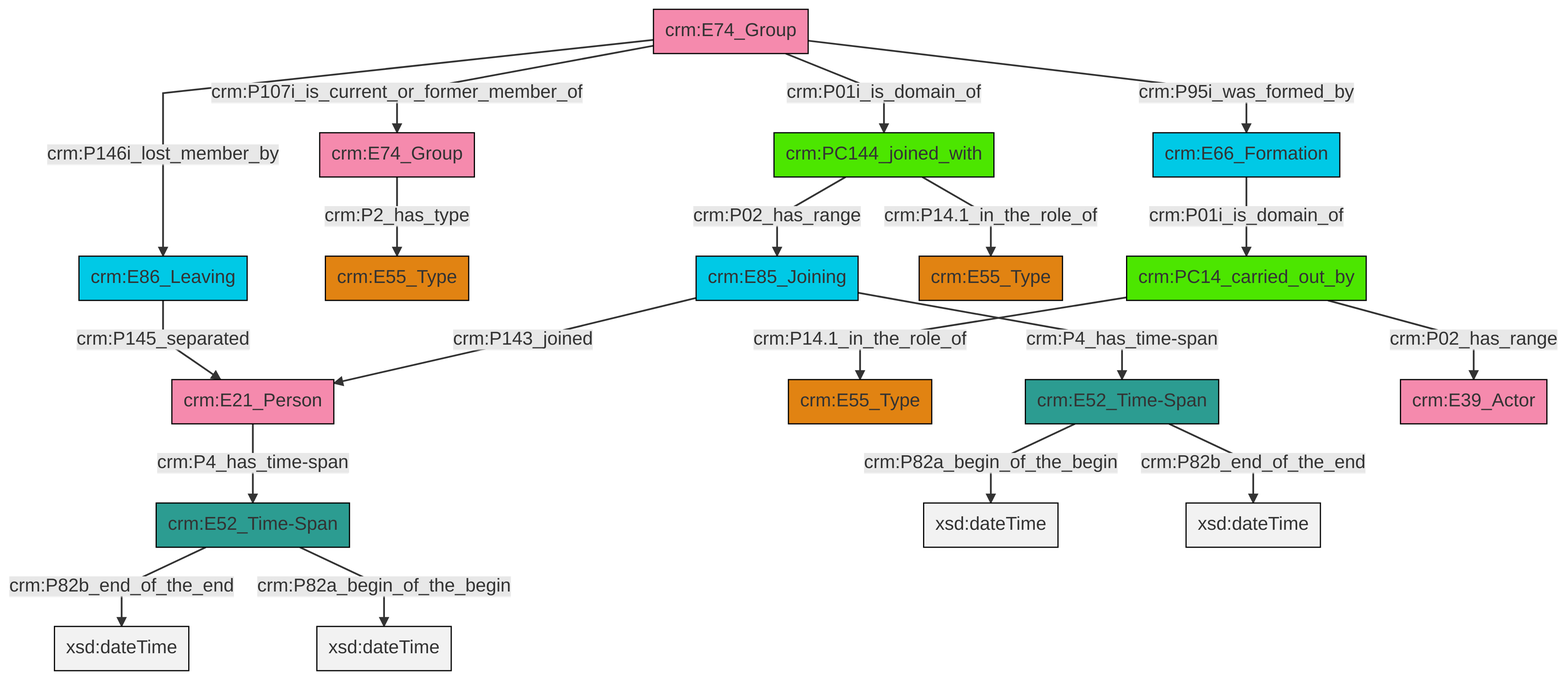
Before: et/groupCSV/ttl/mmd/png/group_actor_relations.png, a diagram exported from Mermaid (swiss-art-research-net/reference-data-models). Its source is kept beside it as et/groupCSV/ttl/mmd/group_actor_relations.ttl.mmd.
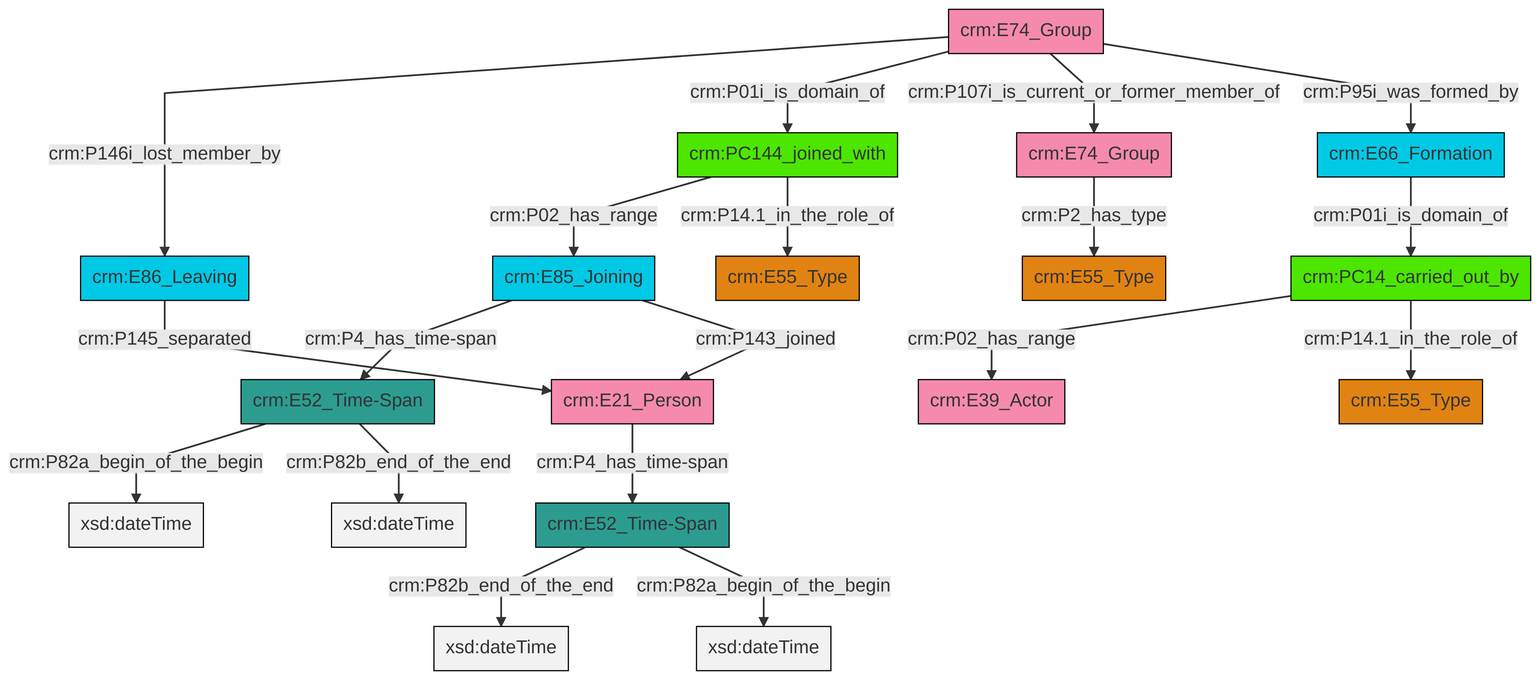
After the commit.

Change to the diagram source:
```diff
@@ -13,21 +13,21 @@
 classDef PC_Classes fill:#4ce600, stroke:#000000;
 classDef Multi fill:#cccccc,stroke:#000000;
 
-2["crm:E74_Group"]:::Actor -->|crm:P01i_is_domain_of| 3["crm:PC144_joined_with"]:::PC_Classes
-2["crm:E74_Group"]:::Actor -->|crm:P107i_is_current_or_former_member_of| 4["crm:E74_Group"]:::Actor
-5["crm:E86_Leaving"]:::Temporal_Entity -->|crm:P145_separated| 0["crm:E21_Person"]:::Actor
-0["crm:E21_Person"]:::Actor -->|crm:P4_has_time-span| 8["crm:E52_Time-Span"]:::Time-Span
-9["crm:PC14_carried_out_by"]:::PC_Classes -->|crm:P14.1_in_the_role_of| 10["crm:E55_Type"]:::Type
-13["crm:E66_Formation"]:::Temporal_Entity -->|crm:P01i_is_domain_of| 9["crm:PC14_carried_out_by"]:::PC_Classes
-14["crm:E52_Time-Span"]:::Time-Span -->|crm:P82a_begin_of_the_begin| 15[xsd:dateTime]:::Literal
-8["crm:E52_Time-Span"]:::Time-Span -->|crm:P82b_end_of_the_end| 19[xsd:dateTime]:::Literal
-16["crm:E85_Joining"]:::Temporal_Entity -->|crm:P4_has_time-span| 14["crm:E52_Time-Span"]:::Time-Span
-16["crm:E85_Joining"]:::Temporal_Entity -->|crm:P143_joined| 0["crm:E21_Person"]:::Actor
-4["crm:E74_Group"]:::Actor -->|crm:P2_has_type| 6["crm:E55_Type"]:::Type
-2["crm:E74_Group"]:::Actor -->|crm:P95i_was_formed_by| 13["crm:E66_Formation"]:::Temporal_Entity
-2["crm:E74_Group"]:::Actor -->|crm:P146i_lost_member_by| 5["crm:E86_Leaving"]:::Temporal_Entity
-9["crm:PC14_carried_out_by"]:::PC_Classes -->|crm:P02_has_range| 21["crm:E39_Actor"]:::Actor
-8["crm:E52_Time-Span"]:::Time-Span -->|crm:P82a_begin_of_the_begin| 29[xsd:dateTime]:::Literal
-14["crm:E52_Time-Span"]:::Time-Span -->|crm:P82b_end_of_the_end| 32[xsd:dateTime]:::Literal
-3["crm:PC144_joined_with"]:::PC_Classes -->|crm:P02_has_range| 16["crm:E85_Joining"]:::Temporal_Entity
-3["crm:PC144_joined_with"]:::PC_Classes -->|crm:P14.1_in_the_role_of| 11["crm:E55_Type"]:::Type
+6["crm:E74_Group"]:::Actor -->|crm:P146i_lost_member_by| 7["crm:E86_Leaving"]:::Temporal_Entity
+8["crm:E52_Time-Span"]:::Time-Span -->|crm:P82b_end_of_the_end| 9[xsd:dateTime]:::Literal
+12["crm:E74_Group"]:::Actor -->|crm:P2_has_type| 13["crm:E55_Type"]:::Type
+6["crm:E74_Group"]:::Actor -->|crm:P01i_is_domain_of| 14["crm:PC144_joined_with"]:::PC_Classes
+2["crm:E52_Time-Span"]:::Time-Span -->|crm:P82a_begin_of_the_begin| 21[xsd:dateTime]:::Literal
+10["crm:E85_Joining"]:::Temporal_Entity -->|crm:P4_has_time-span| 2["crm:E52_Time-Span"]:::Time-Span
+10["crm:E85_Joining"]:::Temporal_Entity -->|crm:P143_joined| 24["crm:E21_Person"]:::Actor
+8["crm:E52_Time-Span"]:::Time-Span -->|crm:P82a_begin_of_the_begin| 26[xsd:dateTime]:::Literal
+6["crm:E74_Group"]:::Actor -->|crm:P107i_is_current_or_former_member_of| 12["crm:E74_Group"]:::Actor
+7["crm:E86_Leaving"]:::Temporal_Entity -->|crm:P145_separated| 24["crm:E21_Person"]:::Actor
+29["crm:PC14_carried_out_by"]:::PC_Classes -->|crm:P02_has_range| 16["crm:E39_Actor"]:::Actor
+24["crm:E21_Person"]:::Actor -->|crm:P4_has_time-span| 8["crm:E52_Time-Span"]:::Time-Span
+14["crm:PC144_joined_with"]:::PC_Classes -->|crm:P02_has_range| 10["crm:E85_Joining"]:::Temporal_Entity
+0["crm:E66_Formation"]:::Temporal_Entity -->|crm:P01i_is_domain_of| 29["crm:PC14_carried_out_by"]:::PC_Classes
+6["crm:E74_Group"]:::Actor -->|crm:P95i_was_formed_by| 0["crm:E66_Formation"]:::Temporal_Entity
+29["crm:PC14_carried_out_by"]:::PC_Classes -->|crm:P14.1_in_the_role_of| 4["crm:E55_Type"]:::Type
+14["crm:PC144_joined_with"]:::PC_Classes -->|crm:P14.1_in_the_role_of| 19["crm:E55_Type"]:::Type
+2["crm:E52_Time-Span"]:::Time-Span -->|crm:P82b_end_of_the_end| 34[xsd:dateTime]:::Literal
```
